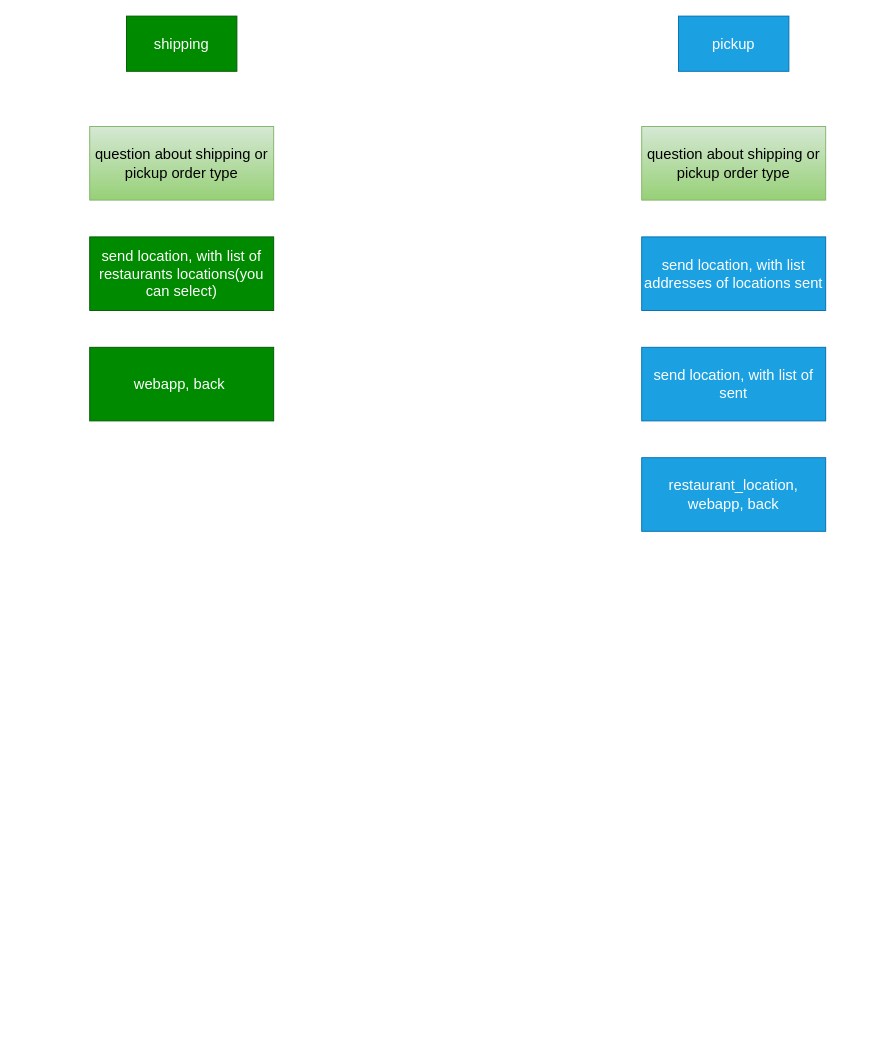
The draw.io diagram page "product_add_view" (3 of 3) of restaurant.drawio in KmvRoman/Diagrams, before the edit. Source tidied: cells renumbered, new cells numbered last; positions are measured from the earlier drawing's top-left corner, leaving out a move shared by most shapes. Both pictures are drawn from the tidied source at 92%, with x=0, y=0 at pixel (89, 16).
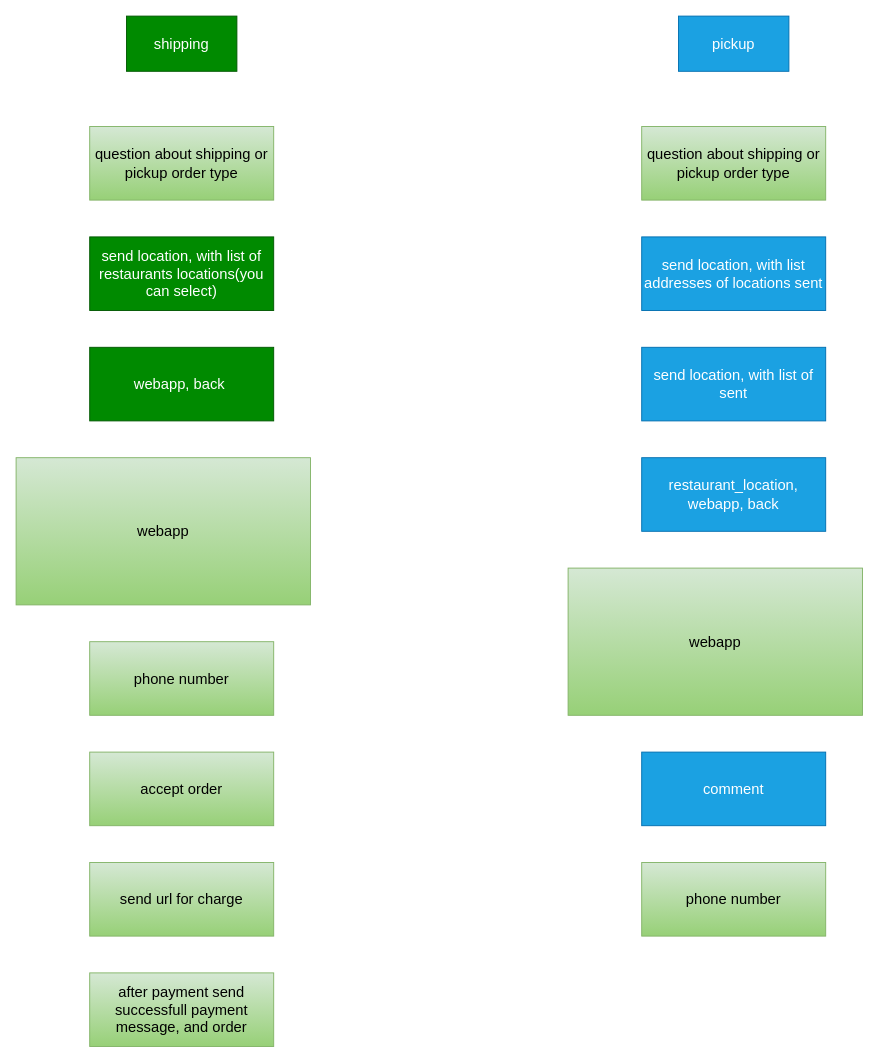
The same page after the edit.

Diff of the diagram source:
```diff
@@
 <mxGraphModel>
   <root>
     <mxCell id="0" />
     <mxCell id="1" parent="0" />
     <mxCell id="2" value="shipping" style="rounded=0;whiteSpace=wrap;html=1;fontSize=16;fillColor=#008a00;fontColor=#ffffff;strokeColor=#005700;" parent="1" vertex="1">
       <mxGeometry x="40" width="120" height="60" as="geometry" />
     </mxCell>
     <mxCell id="3" value="pickup" style="rounded=0;whiteSpace=wrap;html=1;fontSize=16;fillColor=#1ba1e2;fontColor=#ffffff;strokeColor=#006EAF;" parent="1" vertex="1">
       <mxGeometry x="640" width="120" height="60" as="geometry" />
     </mxCell>
     <mxCell id="4" value="question about shipping or pickup order type" style="rounded=0;whiteSpace=wrap;html=1;fontSize=16;fillColor=#d5e8d4;strokeColor=#82b366;gradientColor=#97d077;" parent="1" vertex="1">
       <mxGeometry x="600" y="120" width="200" height="80" as="geometry" />
     </mxCell>
     <mxCell id="5" value="send location, with list addresses of locations sent" style="rounded=0;whiteSpace=wrap;html=1;fontSize=16;fillColor=#1ba1e2;fontColor=#ffffff;strokeColor=#006EAF;" parent="1" vertex="1">
       <mxGeometry x="600" y="240" width="200" height="80" as="geometry" />
     </mxCell>
     <mxCell id="6" value="question about shipping or pickup order type" style="rounded=0;whiteSpace=wrap;html=1;fontSize=16;fillColor=#d5e8d4;strokeColor=#82b366;gradientColor=#97d077;" parent="1" vertex="1">
       <mxGeometry y="120" width="200" height="80" as="geometry" />
     </mxCell>
     <mxCell id="7" value="send location, with list of restaurants locations(you can select)" style="rounded=0;whiteSpace=wrap;html=1;fontSize=16;fillColor=#008a00;fontColor=#ffffff;strokeColor=#005700;" parent="1" vertex="1">
       <mxGeometry y="240" width="200" height="80" as="geometry" />
     </mxCell>
     <mxCell id="8" value="send location, with list of sent" style="rounded=0;whiteSpace=wrap;html=1;fontSize=16;fillColor=#1ba1e2;fontColor=#ffffff;strokeColor=#006EAF;" parent="1" vertex="1">
       <mxGeometry x="600" y="360" width="200" height="80" as="geometry" />
     </mxCell>
     <mxCell id="9" value="webapp, back&amp;nbsp;" style="rounded=0;whiteSpace=wrap;html=1;fontSize=16;fillColor=#008a00;fontColor=#ffffff;strokeColor=#005700;" parent="1" vertex="1">
       <mxGeometry y="360" width="200" height="80" as="geometry" />
     </mxCell>
     <mxCell id="10" value="restaurant_location, webapp, back" style="rounded=0;whiteSpace=wrap;html=1;fontSize=16;fillColor=#1ba1e2;fontColor=#ffffff;strokeColor=#006EAF;" parent="1" vertex="1">
       <mxGeometry x="600" y="480" width="200" height="80" as="geometry" />
     </mxCell>
+    <mxCell id="11" value="webapp" style="rounded=0;whiteSpace=wrap;html=1;fontSize=16;fillColor=#d5e8d4;strokeColor=#82b366;gradientColor=#97d077;" parent="1" vertex="1">
+      <mxGeometry x="-80" y="480" width="320" height="160" as="geometry" />
+    </mxCell>
+    <mxCell id="12" value="webapp" style="rounded=0;whiteSpace=wrap;html=1;fontSize=16;fillColor=#d5e8d4;strokeColor=#82b366;gradientColor=#97d077;" parent="1" vertex="1">
+      <mxGeometry x="520" y="600" width="320" height="160" as="geometry" />
+    </mxCell>
+    <mxCell id="13" value="phone number" style="rounded=0;whiteSpace=wrap;html=1;fontSize=16;fillColor=#d5e8d4;strokeColor=#82b366;gradientColor=#97d077;" parent="1" vertex="1">
+      <mxGeometry y="680" width="200" height="80" as="geometry" />
+    </mxCell>
+    <mxCell id="14" value="accept order" style="rounded=0;whiteSpace=wrap;html=1;fontSize=16;fillColor=#d5e8d4;strokeColor=#82b366;gradientColor=#97d077;" parent="1" vertex="1">
+      <mxGeometry y="800" width="200" height="80" as="geometry" />
+    </mxCell>
+    <mxCell id="15" value="send url for charge" style="rounded=0;whiteSpace=wrap;html=1;fontSize=16;fillColor=#d5e8d4;strokeColor=#82b366;gradientColor=#97d077;" parent="1" vertex="1">
+      <mxGeometry y="920" width="200" height="80" as="geometry" />
+    </mxCell>
+    <mxCell id="16" value="after payment send successfull payment message, and order" style="rounded=0;whiteSpace=wrap;html=1;fontSize=16;fillColor=#d5e8d4;strokeColor=#82b366;gradientColor=#97d077;" parent="1" vertex="1">
+      <mxGeometry y="1040" width="200" height="80" as="geometry" />
+    </mxCell>
+    <mxCell id="17" value="comment" style="rounded=0;whiteSpace=wrap;html=1;fontSize=16;fillColor=#1ba1e2;strokeColor=#006EAF;fontColor=#ffffff;" parent="1" vertex="1">
+      <mxGeometry x="600" y="800" width="200" height="80" as="geometry" />
+    </mxCell>
+    <mxCell id="18" value="phone number" style="rounded=0;whiteSpace=wrap;html=1;fontSize=16;fillColor=#d5e8d4;strokeColor=#82b366;gradientColor=#97d077;" parent="1" vertex="1">
+      <mxGeometry x="600" y="920" width="200" height="80" as="geometry" />
+    </mxCell>
   </root>
 </mxGraphModel>
```
